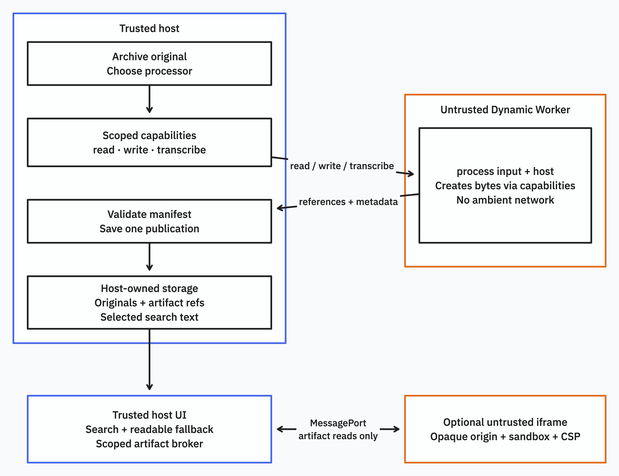
jmorrell/ubiquitous-carnival keeps this Mermaid diagram as docs/diagrams/authority-boundaries.png. Above is the earlier version. Its source is kept beside it as docs/diagrams/authority-boundaries.mmd.
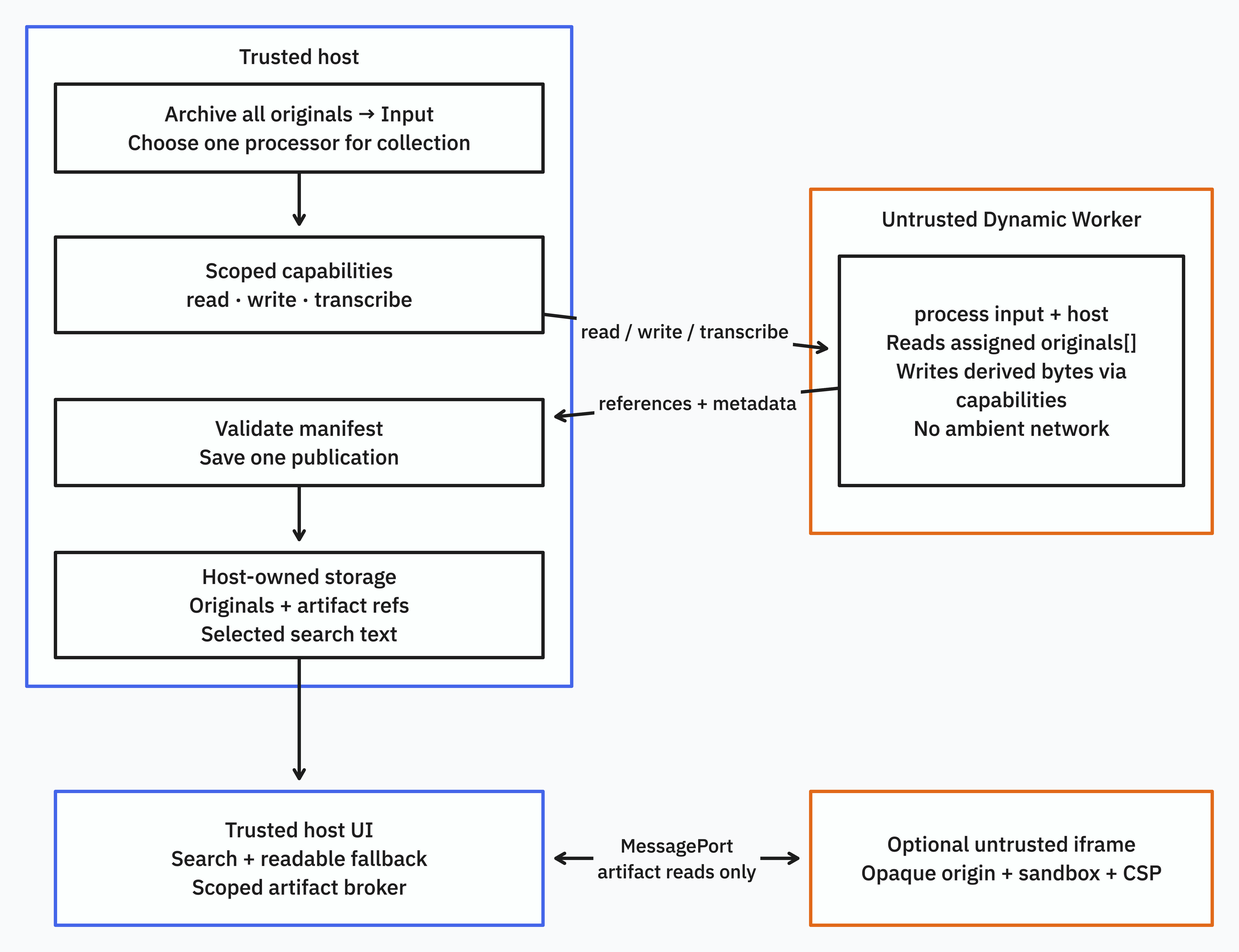
The same file after the commit.

Change to the diagram source:
```diff
@@ -3,7 +3,7 @@
     direction LR
     subgraph HOST[Trusted host]
       direction TB
-      A[Archive original<br/>Choose processor]
+      A[Archive all originals → Input<br/>Choose one processor for collection]
       C[Scoped capabilities<br/>read · write · transcribe]
       V[Validate manifest<br/>Save one publication]
       S[Host-owned storage<br/>Originals + artifact refs<br/>Selected search text]
@@ -11,7 +11,7 @@
       V --> S
     end
     subgraph WORKER[Untrusted Dynamic Worker]
-      P[process input + host<br/>Creates bytes via capabilities<br/>No ambient network]
+      P[process input + host<br/>Reads assigned originals array<br/>Writes derived bytes via capabilities<br/>No ambient network]
     end
     C -->|capability calls| P
     P -->|references + metadata| V
```
